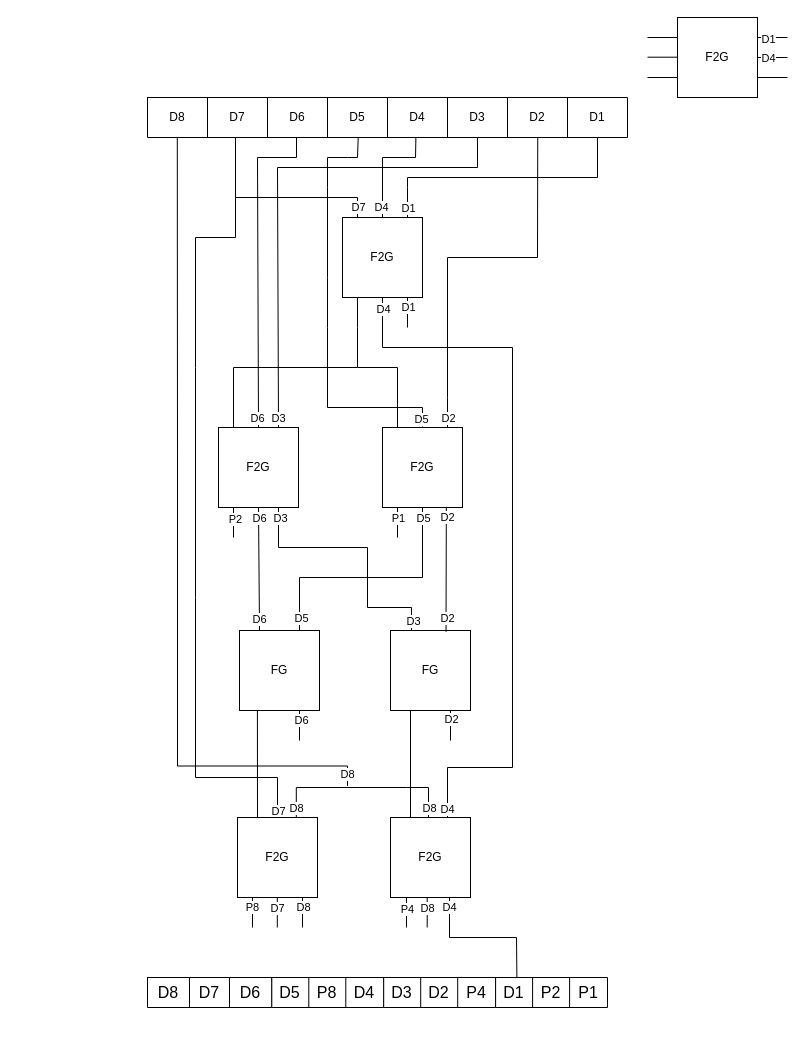
Aparup123/Drawio keeps this draw.io diagram as hamming_code_reversible.drawio. Above is the earlier version. Source tidied: cells renumbered, new cells numbered last; positions are measured from the earlier drawing's top-left corner, leaving out a move shared by most shapes. Both pictures are drawn from the tidied source at 100%, with x=0, y=0 at pixel (147, 17).
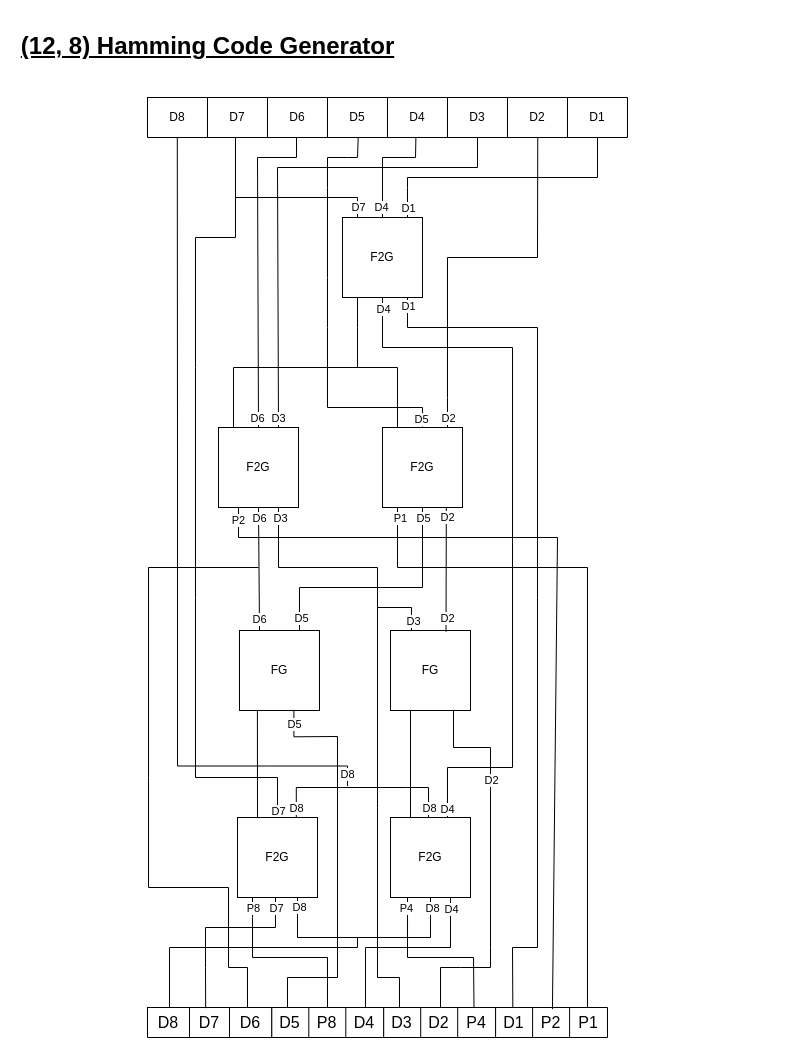
The same diagram, later.

The change refers to these unchanged cells:
```xml
<mxCell id="18" style="shape=tableRow;horizontal=0;startSize=0;swimlaneHead=0;swimlaneBody=0;strokeColor=inherit;top=0;left=0;bottom=0;right=0;fillColor=none;points=[[0,0.5],[1,0.5]];portConstraint=eastwest;fontSize=16;" parent="17" vertex="1">
  <mxGeometry width="124.3" height="30" as="geometry" />
</mxCell>
<mxCell id="28" style="shape=tableRow;horizontal=0;startSize=0;swimlaneHead=0;swimlaneBody=0;strokeColor=inherit;top=0;left=0;bottom=0;right=0;fillColor=none;points=[[0,0.5],[1,0.5]];portConstraint=eastwest;fontSize=16;" parent="27" vertex="1">
  <mxGeometry width="111.9" height="30" as="geometry" />
</mxCell>
<mxCell id="33" style="shape=tableRow;horizontal=0;startSize=0;swimlaneHead=0;swimlaneBody=0;strokeColor=inherit;top=0;left=0;bottom=0;right=0;fillColor=none;points=[[0,0.5],[1,0.5]];portConstraint=eastwest;fontSize=16;" parent="32" vertex="1">
  <mxGeometry width="111.9" height="30" as="geometry" />
</mxCell>
<mxCell id="37" style="group;" parent="1" vertex="1">
  <mxGeometry x="195" y="170" width="80" height="140" as="geometry" />
</mxCell>
<mxCell id="45" style="group;" parent="1" vertex="1">
  <mxGeometry x="235" y="380" width="80" height="140" as="geometry" />
</mxCell>
<mxCell id="47" value="F2G" style="whiteSpace=wrap;html=1;" parent="46" vertex="1">
  <mxGeometry y="30" width="80" height="80" as="geometry" />
</mxCell>
<mxCell id="52" style="group;" parent="1" vertex="1">
  <mxGeometry x="70" y="310" width="180" height="240" as="geometry" />
</mxCell>
<mxCell id="53" style="group;" parent="52" vertex="1">
  <mxGeometry x="1" y="70" width="80" height="140" as="geometry" />
</mxCell>
<mxCell id="55" value="F2G" style="whiteSpace=wrap;html=1;" parent="54" vertex="1">
  <mxGeometry y="30" width="80" height="80" as="geometry" />
</mxCell>
<mxCell id="65" style="group;" parent="1" vertex="1">
  <mxGeometry x="92" y="583" width="80" height="140" as="geometry" />
</mxCell>
<mxCell id="66" value="FG" style="whiteSpace=wrap;html=1;" parent="65" vertex="1">
  <mxGeometry y="30" width="80" height="80" as="geometry" />
</mxCell>
<mxCell id="69" style="group;" parent="1" vertex="1">
  <mxGeometry x="243" y="583" width="80" height="140" as="geometry" />
</mxCell>
<mxCell id="82" style="group;" parent="1" vertex="1">
  <mxGeometry x="243" y="770" width="80" height="140" as="geometry" />
</mxCell>
<mxCell id="84" value="F2G" style="whiteSpace=wrap;html=1;" parent="83" vertex="1">
  <mxGeometry y="30" width="80" height="80" as="geometry" />
</mxCell>
<mxCell id="92" style="group;" parent="1" vertex="1">
  <mxGeometry x="90" y="770" width="80" height="140" as="geometry" />
</mxCell>
<mxCell id="94" value="F2G" style="whiteSpace=wrap;html=1;" parent="93" vertex="1">
  <mxGeometry y="30" width="80" height="80" as="geometry" />
</mxCell>
```

Diff of the diagram source:
```diff
@@
-    <mxCell id="2" style="group;" parent="1" vertex="1">
-      <mxGeometry x="500" width="140" height="80" as="geometry" />
-    </mxCell>
-    <mxCell id="3" style="group;" parent="2" vertex="1">
-      <mxGeometry x="30" width="110" height="80" as="geometry" />
-    </mxCell>
-    <mxCell id="4" style="group;" parent="3" vertex="1">
-      <mxGeometry width="110" height="80" as="geometry" />
-    </mxCell>
-    <mxCell id="5" value="F2G" style="whiteSpace=wrap;html=1;" parent="4" vertex="1">
-      <mxGeometry width="80" height="80" as="geometry" />
-    </mxCell>
-    <mxCell id="6" style="endArrow=none;html=1;rounded=0;exitX=1;exitY=0.25;exitDx=0;exitDy=0;" parent="4" edge="1" source="5">
-      <mxGeometry relative="1" as="geometry">
-        <mxPoint x="110" y="20" as="targetPoint" />
-      </mxGeometry>
-    </mxCell>
-    <mxCell id="7" value="D1" style="edgeLabel;html=1;align=center;verticalAlign=middle;" parent="6" vertex="1">
-      <mxGeometry x="-0.19" y="-1" relative="1" as="geometry">
-        <mxPoint x="-2" as="offset" />
-      </mxGeometry>
-    </mxCell>
-    <mxCell id="8" style="endArrow=none;html=1;rounded=0;exitX=1;exitY=0.75;exitDx=0;exitDy=0;" parent="3" edge="1" source="5">
-      <mxGeometry relative="1" as="geometry">
-        <mxPoint x="110" y="60" as="targetPoint" />
-      </mxGeometry>
-    </mxCell>
-    <mxCell id="9" style="endArrow=none;html=1;rounded=0;exitX=1;exitY=0.5;exitDx=0;exitDy=0;" parent="3" edge="1" source="5">
-      <mxGeometry relative="1" as="geometry">
-        <mxPoint x="110" y="40" as="targetPoint" />
-      </mxGeometry>
-    </mxCell>
-    <mxCell id="10" value="D4" style="edgeLabel;html=1;align=center;verticalAlign=middle;" parent="9" vertex="1">
-      <mxGeometry x="0.07" relative="1" as="geometry">
-        <mxPoint x="-6" as="offset" />
-      </mxGeometry>
-    </mxCell>
-    <mxCell id="11" style="endArrow=none;html=1;rounded=0;entryX=0;entryY=0.25;entryDx=0;entryDy=0;" parent="2" edge="1" target="5">
-      <mxGeometry relative="1" as="geometry">
-        <mxPoint y="20" as="sourcePoint" />
-      </mxGeometry>
-    </mxCell>
-    <mxCell id="12" style="endArrow=none;html=1;rounded=0;entryX=0;entryY=0.25;entryDx=0;entryDy=0;" parent="2" edge="1">
-      <mxGeometry relative="1" as="geometry">
-        <mxPoint y="39.7" as="sourcePoint" />
-        <mxPoint x="30" y="39.7" as="targetPoint" />
-      </mxGeometry>
-    </mxCell>
-    <mxCell id="13" style="endArrow=none;html=1;rounded=0;entryX=0;entryY=0.25;entryDx=0;entryDy=0;" parent="2" edge="1">
-      <mxGeometry relative="1" as="geometry">
-        <mxPoint y="60" as="sourcePoint" />
-        <mxPoint x="30" y="60" as="targetPoint" />
-      </mxGeometry>
-    </mxCell>
     <mxCell id="14" style="group;" parent="1" vertex="1">
-      <mxGeometry y="960" width="460" height="30" as="geometry" />
+      <mxGeometry y="990" width="460" height="30" as="geometry" />
     </mxCell>
@@
-    <mxCell id="43" style="endArrow=none;html=1;rounded=0;" parent="37" edge="1">
+    <mxCell id="43" style="endArrow=none;html=1;rounded=0;exitX=0.154;exitY=0.003;exitDx=0;exitDy=0;exitPerimeter=0;" parent="37" edge="1" source="33">
       <mxGeometry relative="1" as="geometry">
-        <mxPoint x="65" y="140" as="sourcePoint" />
         <mxPoint x="65" y="110" as="targetPoint" />
+        <Array as="points">
+          <mxPoint x="170" y="760" />
+          <mxPoint x="195" y="760" />
+          <mxPoint x="195" y="410" />
+          <mxPoint x="195" y="140" />
+          <mxPoint x="65" y="140" />
+        </Array>
       </mxGeometry>
     </mxCell>
     <mxCell id="44" value="D1" style="edgeLabel;html=1;align=center;verticalAlign=middle;" parent="43" vertex="1">
       <mxGeometry x="-0.03" y="1" relative="1" as="geometry">
-        <mxPoint x="1" y="-6" as="offset" />
+        <mxPoint x="-129" y="-307" as="offset" />
       </mxGeometry>
     </mxCell>
@@
     <mxCell id="50" style="endArrow=none;html=1;rounded=0;" parent="45" edge="1">
       <mxGeometry relative="1" as="geometry">
-        <mxPoint x="15" y="140" as="sourcePoint" />
+        <mxPoint x="205" y="610" as="sourcePoint" />
         <mxPoint x="15" y="110" as="targetPoint" />
+        <Array as="points">
+          <mxPoint x="205" y="170" />
+          <mxPoint x="15" y="170" />
+        </Array>
       </mxGeometry>
     </mxCell>
     <mxCell id="51" value="P1" style="edgeLabel;html=1;align=center;verticalAlign=middle;" parent="50" vertex="1">
       <mxGeometry x="0.38" y="1" relative="1" as="geometry">
-        <mxPoint x="1" y="1" as="offset" />
+        <mxPoint x="-152" y="-51" as="offset" />
       </mxGeometry>
     </mxCell>
@@
-    <mxCell id="56" style="endArrow=none;html=1;rounded=0;" parent="53" edge="1">
-      <mxGeometry relative="1" as="geometry">
-        <mxPoint x="15" y="140" as="sourcePoint" />
-        <mxPoint x="15" y="110" as="targetPoint" />
-      </mxGeometry>
-    </mxCell>
-    <mxCell id="57" value="P2" style="edgeLabel;html=1;align=center;verticalAlign=middle;" parent="56" vertex="1">
-      <mxGeometry x="0.28" y="-1" relative="1" as="geometry" />
-    </mxCell>
@@
     <mxCell id="59" style="endArrow=none;html=1;rounded=0;entryX=0.75;entryY=1;entryDx=0;entryDy=0;exitX=0.25;exitY=0;exitDx=0;exitDy=0;" parent="52" edge="1" target="55">
       <mxGeometry relative="1" as="geometry">
         <mxPoint x="194" y="303" as="sourcePoint" />
         <Array as="points">
           <mxPoint x="194" y="280" />
-          <mxPoint x="150" y="280" />
-          <mxPoint x="150" y="220" />
-          <mxPoint x="61" y="220" />
+          <mxPoint x="160" y="280" />
+          <mxPoint x="160" y="240" />
+          <mxPoint x="61" y="240" />
         </Array>
       </mxGeometry>
     </mxCell>
@@
-    <mxCell id="67" style="endArrow=none;html=1;rounded=0;" parent="65" edge="1">
-      <mxGeometry relative="1" as="geometry">
-        <mxPoint x="60" y="140" as="sourcePoint" />
-        <mxPoint x="60" y="110" as="targetPoint" />
-      </mxGeometry>
-    </mxCell>
-    <mxCell id="68" value="D6" style="edgeLabel;html=1;align=center;verticalAlign=middle;" parent="67" vertex="1">
-      <mxGeometry x="0.39" y="-1" relative="1" as="geometry" />
-    </mxCell>
@@
     <mxCell id="71" style="endArrow=none;html=1;rounded=0;" parent="69" edge="1">
       <mxGeometry relative="1" as="geometry">
-        <mxPoint x="60" y="140" as="sourcePoint" />
-        <mxPoint x="60" y="110" as="targetPoint" />
+        <mxPoint x="50" y="407" as="sourcePoint" />
+        <mxPoint x="63" y="110" as="targetPoint" />
+        <Array as="points">
+          <mxPoint x="50" y="367" />
+          <mxPoint x="70" y="367" />
+          <mxPoint x="100" y="367" />
+          <mxPoint x="100" y="347" />
+          <mxPoint x="100" y="147" />
+          <mxPoint x="63" y="147" />
+        </Array>
       </mxGeometry>
     </mxCell>
@@
     <mxCell id="76" style="endArrow=none;html=1;rounded=0;entryX=0.5;entryY=1;entryDx=0;entryDy=0;exitX=0.75;exitY=0;exitDx=0;exitDy=0;" parent="1" edge="1" source="66" target="47">
       <mxGeometry relative="1" as="geometry">
         <Array as="points">
-          <mxPoint x="152" y="560" />
-          <mxPoint x="275" y="560" />
+          <mxPoint x="152" y="570" />
+          <mxPoint x="275" y="570" />
         </Array>
       </mxGeometry>
     </mxCell>
@@
-    <mxCell id="88" style="endArrow=none;html=1;rounded=0;" parent="82" edge="1">
-      <mxGeometry relative="1" as="geometry">
-        <mxPoint x="16" y="140" as="sourcePoint" />
-        <mxPoint x="16" y="110" as="targetPoint" />
-      </mxGeometry>
-    </mxCell>
-    <mxCell id="89" value="P4" style="edgeLabel;html=1;align=center;verticalAlign=middle;" parent="88" vertex="1">
-      <mxGeometry x="0.24" relative="1" as="geometry" />
-    </mxCell>
-    <mxCell id="90" style="endArrow=none;html=1;rounded=0;" parent="82" edge="1">
-      <mxGeometry relative="1" as="geometry">
-        <mxPoint x="36.7" y="140" as="sourcePoint" />
-        <mxPoint x="36.7" y="110" as="targetPoint" />
-      </mxGeometry>
-    </mxCell>
-    <mxCell id="91" value="D8" style="edgeLabel;html=1;align=center;verticalAlign=middle;" parent="90" vertex="1">
-      <mxGeometry x="-0.08" y="1" relative="1" as="geometry">
-        <mxPoint x="1" y="-6" as="offset" />
-      </mxGeometry>
-    </mxCell>
@@
     <mxCell id="95" style="endArrow=none;html=1;rounded=0;" parent="92" edge="1">
       <mxGeometry relative="1" as="geometry">
-        <mxPoint x="15" y="140" as="sourcePoint" />
+        <mxPoint x="90" y="220" as="sourcePoint" />
         <mxPoint x="15" y="110" as="targetPoint" />
+        <Array as="points">
+          <mxPoint x="90" y="170" />
+          <mxPoint x="15" y="170" />
+          <mxPoint x="15" y="130" />
+        </Array>
       </mxGeometry>
     </mxCell>
     <mxCell id="96" value="P8" style="edgeLabel;html=1;align=center;verticalAlign=middle;" parent="95" vertex="1">
       <mxGeometry x="-0.1" y="1" relative="1" as="geometry">
-        <mxPoint y="-7" as="offset" />
+        <mxPoint x="-42" y="-51" as="offset" />
       </mxGeometry>
     </mxCell>
-    <mxCell id="97" style="endArrow=none;html=1;rounded=0;" parent="92" edge="1">
-      <mxGeometry relative="1" as="geometry">
-        <mxPoint x="39.8" y="140" as="sourcePoint" />
-        <mxPoint x="39.8" y="110" as="targetPoint" />
-      </mxGeometry>
-    </mxCell>
-    <mxCell id="98" value="D7" style="edgeLabel;html=1;align=center;verticalAlign=middle;" parent="97" vertex="1">
-      <mxGeometry x="-0.08" y="1" relative="1" as="geometry">
-        <mxPoint x="1" y="-6" as="offset" />
-      </mxGeometry>
-    </mxCell>
-    <mxCell id="99" style="endArrow=none;html=1;rounded=0;" parent="92" edge="1">
-      <mxGeometry relative="1" as="geometry">
-        <mxPoint x="65" y="140" as="sourcePoint" />
-        <mxPoint x="65" y="110" as="targetPoint" />
-      </mxGeometry>
-    </mxCell>
-    <mxCell id="100" value="D8" style="edgeLabel;html=1;align=center;verticalAlign=middle;" parent="99" vertex="1">
-      <mxGeometry x="-0.03" y="1" relative="1" as="geometry">
-        <mxPoint x="1" y="-6" as="offset" />
-      </mxGeometry>
-    </mxCell>
@@
-    <mxCell id="129" style="endArrow=none;html=1;rounded=0;exitX=0.199;exitY=-0.007;exitDx=0;exitDy=0;exitPerimeter=0;" parent="1" edge="1">
-      <mxGeometry relative="1" as="geometry">
-        <mxPoint x="369.4" y="959.8" as="sourcePoint" />
-        <mxPoint x="302" y="880" as="targetPoint" />
-        <Array as="points">
-          <mxPoint x="369" y="920" />
-          <mxPoint x="302" y="920" />
-        </Array>
-      </mxGeometry>
-    </mxCell>
-    <mxCell id="130" value="D4" style="edgeLabel;html=1;align=center;verticalAlign=middle;" parent="129" vertex="1">
-      <mxGeometry x="0.86" y="1" relative="1" as="geometry" />
-    </mxCell>
@@
+    <mxCell id="132" style="endArrow=none;html=1;rounded=0;entryX=0.5;entryY=1;entryDx=0;entryDy=0;exitX=0.75;exitY=1;exitDx=0;exitDy=0;" parent="1" edge="1" source="94" target="84">
+      <mxGeometry relative="1" as="geometry">
+        <Array as="points">
+          <mxPoint x="150" y="920" />
+          <mxPoint x="283" y="920" />
+        </Array>
+      </mxGeometry>
+    </mxCell>
+    <mxCell id="133" value="D8" style="edgeLabel;html=1;align=center;verticalAlign=middle;" parent="132" vertex="1">
+      <mxGeometry x="-0.93" y="1" relative="1" as="geometry">
+        <mxPoint y="2" as="offset" />
+      </mxGeometry>
+    </mxCell>
+    <mxCell id="134" value="D8" style="edgeLabel;html=1;align=center;verticalAlign=middle;" parent="132" vertex="1">
+      <mxGeometry x="0.93" y="-1" relative="1" as="geometry">
+        <mxPoint y="3" as="offset" />
+      </mxGeometry>
+    </mxCell>
+    <mxCell id="135" style="endArrow=none;html=1;rounded=0;" parent="1" edge="1">
+      <mxGeometry relative="1" as="geometry">
+        <mxPoint x="22" y="990" as="sourcePoint" />
+        <mxPoint x="210" y="920" as="targetPoint" />
+        <Array as="points">
+          <mxPoint x="22" y="930" />
+          <mxPoint x="210" y="930" />
+        </Array>
+      </mxGeometry>
+    </mxCell>
+    <mxCell id="97" style="endArrow=none;html=1;rounded=0;exitX=0.468;exitY=0.022;exitDx=0;exitDy=0;exitPerimeter=0;" parent="1" edge="1" source="18">
+      <mxGeometry relative="1" as="geometry">
+        <mxPoint x="128" y="880" as="targetPoint" />
+        <Array as="points">
+          <mxPoint x="58" y="950" />
+          <mxPoint x="58" y="910" />
+          <mxPoint x="128" y="910" />
+        </Array>
+      </mxGeometry>
+    </mxCell>
+    <mxCell id="98" value="D7" style="edgeLabel;html=1;align=center;verticalAlign=middle;" parent="97" vertex="1">
+      <mxGeometry x="-0.08" y="1" relative="1" as="geometry">
+        <mxPoint x="68" y="-19" as="offset" />
+      </mxGeometry>
+    </mxCell>
+    <mxCell id="136" style="endArrow=none;html=1;rounded=0;entryX=0.75;entryY=1;entryDx=0;entryDy=0;" parent="1" edge="1" target="84">
+      <mxGeometry relative="1" as="geometry">
+        <mxPoint x="218" y="990" as="sourcePoint" />
+        <Array as="points">
+          <mxPoint x="218" y="930" />
+          <mxPoint x="303" y="930" />
+        </Array>
+      </mxGeometry>
+    </mxCell>
+    <mxCell id="137" value="D4" style="edgeLabel;html=1;align=center;verticalAlign=middle;" parent="136" vertex="1">
+      <mxGeometry x="0.91" y="1" relative="1" as="geometry">
+        <mxPoint x="1" y="2" as="offset" />
+      </mxGeometry>
+    </mxCell>
+    <mxCell id="88" style="endArrow=none;html=1;rounded=0;entryX=0.213;entryY=1;entryDx=0;entryDy=0;entryPerimeter=0;exitX=0.807;exitY=-0.005;exitDx=0;exitDy=0;exitPerimeter=0;" parent="1" edge="1" source="28" target="84">
+      <mxGeometry relative="1" as="geometry">
+        <Array as="points">
+          <mxPoint x="326" y="940" />
+          <mxPoint x="260" y="940" />
+        </Array>
+      </mxGeometry>
+    </mxCell>
+    <mxCell id="89" value="P4" style="edgeLabel;html=1;align=center;verticalAlign=middle;" parent="88" vertex="1">
+      <mxGeometry x="0.24" relative="1" as="geometry">
+        <mxPoint x="-8" y="-50" as="offset" />
+      </mxGeometry>
+    </mxCell>
+    <mxCell id="67" style="endArrow=none;html=1;rounded=0;" parent="1" edge="1">
+      <mxGeometry relative="1" as="geometry">
+        <mxPoint x="140" y="990" as="sourcePoint" />
+        <mxPoint x="146.4" y="692.3" as="targetPoint" />
+        <Array as="points">
+          <mxPoint x="140" y="960" />
+          <mxPoint x="190" y="960" />
+          <mxPoint x="190" y="719" />
+          <mxPoint x="146.4" y="719.3" />
+        </Array>
+      </mxGeometry>
+    </mxCell>
+    <mxCell id="68" value="D5" style="edgeLabel;html=1;align=center;verticalAlign=middle;" parent="67" vertex="1">
+      <mxGeometry x="0.39" y="-1" relative="1" as="geometry">
+        <mxPoint x="-45" y="-62" as="offset" />
+      </mxGeometry>
+    </mxCell>
+    <mxCell id="138" style="endArrow=none;html=1;rounded=0;" parent="1" edge="1">
+      <mxGeometry relative="1" as="geometry">
+        <mxPoint x="100" y="990" as="sourcePoint" />
+        <mxPoint x="111" y="550" as="targetPoint" />
+        <Array as="points">
+          <mxPoint x="100" y="950" />
+          <mxPoint x="81" y="950" />
+          <mxPoint x="81" y="870" />
+          <mxPoint x="1" y="870" />
+          <mxPoint x="1" y="760" />
+          <mxPoint x="1" y="550" />
+        </Array>
+      </mxGeometry>
+    </mxCell>
+    <mxCell id="139" style="endArrow=none;html=1;rounded=0;" parent="1" edge="1">
+      <mxGeometry relative="1" as="geometry">
+        <mxPoint x="252" y="990" as="sourcePoint" />
+        <mxPoint x="230" y="590" as="targetPoint" />
+        <Array as="points">
+          <mxPoint x="252" y="960" />
+          <mxPoint x="230" y="960" />
+          <mxPoint x="230" y="790" />
+        </Array>
+      </mxGeometry>
+    </mxCell>
+    <mxCell id="140" style="endArrow=none;html=1;rounded=0;entryX=0.25;entryY=1;entryDx=0;entryDy=0;exitX=0.508;exitY=0.054;exitDx=0;exitDy=0;exitPerimeter=0;" parent="1" edge="1" source="33" target="55">
+      <mxGeometry relative="1" as="geometry">
+        <Array as="points">
+          <mxPoint x="410" y="520" />
+          <mxPoint x="91" y="520" />
+        </Array>
+      </mxGeometry>
+    </mxCell>
+    <mxCell id="57" value="P2" style="edgeLabel;html=1;align=center;verticalAlign=middle;" parent="140" vertex="1">
+      <mxGeometry x="0.97" y="1" relative="1" as="geometry" />
+    </mxCell>
+    <mxCell id="141" value="(12, 8) Hamming Code Generator" style="text;strokeColor=none;fillColor=none;html=1;fontSize=24;fontStyle=5;verticalAlign=middle;align=center;labelBackgroundColor=none;textShadow=0;" parent="1" vertex="1">
+      <mxGeometry x="-130" y="9" width="380" height="40" as="geometry" />
+    </mxCell>
```
